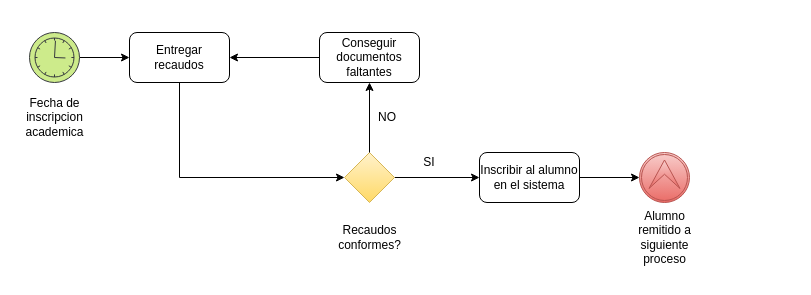
Before: BPMN/Eventos/eventofinescalable.drawio in IbarraZ11/Ing_Soft_2, a draw.io diagram. Source tidied: cells renumbered, new cells numbered last; positions are measured from the earlier drawing's top-left corner, leaving out a move shared by most shapes. Both pictures are drawn from the tidied source at 100%, with x=0, y=0 at pixel (17, 32).
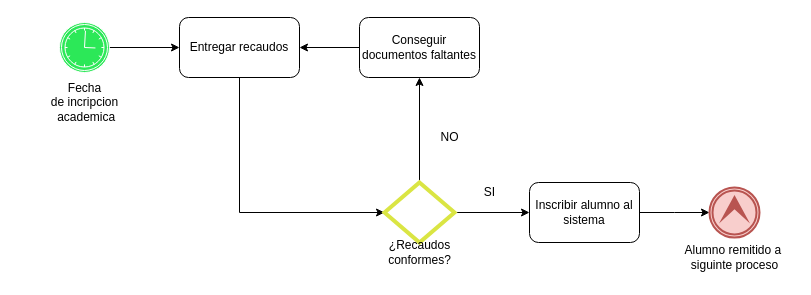
The same diagram, later.

Change to the diagram source:
```diff
@@
-    <mxCell id="2" style="edgeStyle=orthogonalEdgeStyle;rounded=0;jettySize=auto;html=1;entryX=0;entryY=0.5;entryDx=0;entryDy=0;" parent="1" edge="1" source="3" target="5">
-      <mxGeometry relative="1" as="geometry" />
-    </mxCell>
-    <mxCell id="3" style="points=[[0.145,0.145,0],[0.5,0,0],[0.855,0.145,0],[1,0.5,0],[0.855,0.855,0],[0.5,1,0],[0.145,0.855,0],[0,0.5,0]];shape=mxgraph.bpmn.event;html=1;verticalLabelPosition=bottom;labelBackgroundColor=#ffffff;verticalAlign=top;align=center;perimeter=ellipsePerimeter;outlineConnect=0;outline=standard;symbol=timer;fillColor=#cdeb8b;strokeColor=#36393d;" parent="1" vertex="1">
-      <mxGeometry x="12" width="50" height="50" as="geometry" />
-    </mxCell>
-    <mxCell id="4" style="edgeStyle=orthogonalEdgeStyle;rounded=0;jettySize=auto;html=1;entryX=0;entryY=0.5;entryDx=0;entryDy=0;" parent="1" edge="1" source="5" target="9">
-      <mxGeometry relative="1" as="geometry">
-        <Array as="points">
-          <mxPoint x="162" y="145" />
-        </Array>
-      </mxGeometry>
-    </mxCell>
+    <mxCell id="19" style="edgeStyle=orthogonalEdgeStyle;rounded=0;jettySize=auto;html=1;entryX=0;entryY=0.5;entryDx=0;entryDy=0;" parent="1" edge="1" source="20" target="5">
+      <mxGeometry relative="1" as="geometry" />
+    </mxCell>
+    <mxCell id="20" style="points=[[0.145,0.145,0],[0.5,0,0],[0.855,0.145,0],[1,0.5,0],[0.855,0.855,0],[0.5,1,0],[0.145,0.855,0],[0,0.5,0]];shape=mxgraph.bpmn.event;html=1;verticalLabelPosition=bottom;labelBackgroundColor=#ffffff;verticalAlign=top;align=center;perimeter=ellipsePerimeter;outlineConnect=0;outline=catching;symbol=timer;fillColor=#2CE858;strokeColor=#ffffff;" parent="1" vertex="1">
+      <mxGeometry x="42" y="-10" width="50" height="50" as="geometry" />
+    </mxCell>
+    <mxCell id="21" style="edgeStyle=orthogonalEdgeStyle;rounded=0;jettySize=auto;html=1;exitX=0.5;exitY=1;exitDx=0;exitDy=0;entryX=0;entryY=0.5;entryDx=0;entryDy=0;" parent="1" edge="1" source="5" target="24">
+      <mxGeometry relative="1" as="geometry" />
+    </mxCell>
     <mxCell id="5" value="Entregar recaudos" style="rounded=1;whiteSpace=wrap;html=1;" parent="1" vertex="1">
-      <mxGeometry x="112" width="100" height="50" as="geometry" />
+      <mxGeometry x="162" y="-15" width="120" height="60" as="geometry" />
     </mxCell>
-    <mxCell id="6" style="edgeStyle=orthogonalEdgeStyle;rounded=0;jettySize=auto;html=1;" parent="1" edge="1" source="7" target="5">
+    <mxCell id="6" style="edgeStyle=orthogonalEdgeStyle;rounded=0;jettySize=auto;html=1;exitX=0;exitY=0.5;exitDx=0;exitDy=0;entryX=1;entryY=0.5;entryDx=0;entryDy=0;" parent="1" edge="1" source="7" target="5">
       <mxGeometry relative="1" as="geometry" />
     </mxCell>
-    <mxCell id="7" value="Conseguir documentos faltantes&lt;br&gt;" style="rounded=1;whiteSpace=wrap;html=1;" parent="1" vertex="1">
-      <mxGeometry x="302" width="100" height="50" as="geometry" />
+    <mxCell id="7" value="Conseguir documentos faltantes" style="rounded=1;whiteSpace=wrap;html=1;" parent="1" vertex="1">
+      <mxGeometry x="342" y="-15" width="120" height="60" as="geometry" />
     </mxCell>
-    <mxCell id="8" style="edgeStyle=orthogonalEdgeStyle;rounded=0;jettySize=auto;html=1;entryX=0;entryY=0.5;entryDx=0;entryDy=0;" parent="1" edge="1" source="9" target="12">
-      <mxGeometry relative="1" as="geometry" />
-    </mxCell>
-    <mxCell id="9" style="rhombus;whiteSpace=wrap;html=1;gradientColor=#ffd966;fillColor=#fff2cc;strokeColor=#d6b656;" parent="1" vertex="1">
-      <mxGeometry x="327" y="120" width="50" height="50" as="geometry" />
-    </mxCell>
-    <mxCell id="10" style="endArrow=classic;html=1;entryX=0.5;entryY=1;entryDx=0;entryDy=0;" parent="1" edge="1" target="7">
-      <mxGeometry relative="1" as="geometry">
-        <mxPoint x="352" y="120" as="sourcePoint" />
-      </mxGeometry>
-    </mxCell>
-    <mxCell id="11" style="edgeStyle=orthogonalEdgeStyle;rounded=0;jettySize=auto;html=1;entryX=0;entryY=0.5;entryDx=0;entryDy=0;entryPerimeter=0;" parent="1" edge="1" source="12" target="13">
-      <mxGeometry relative="1" as="geometry" />
-    </mxCell>
-    <mxCell id="12" value="Inscribir al alumno en el sistema&lt;br&gt;" style="rounded=1;whiteSpace=wrap;html=1;" parent="1" vertex="1">
-      <mxGeometry x="462" y="120" width="100" height="50" as="geometry" />
-    </mxCell>
-    <mxCell id="13" style="points=[[0.145,0.145,0],[0.5,0,0],[0.855,0.145,0],[1,0.5,0],[0.855,0.855,0],[0.5,1,0],[0.145,0.855,0],[0,0.5,0]];shape=mxgraph.bpmn.event;html=1;verticalLabelPosition=bottom;labelBackgroundColor=#ffffff;verticalAlign=top;align=center;perimeter=ellipsePerimeter;outlineConnect=0;outline=boundInt;symbol=escalation;gradientColor=#ea6b66;fillColor=#f8cecc;strokeColor=#b85450;" parent="1" vertex="1">
-      <mxGeometry x="622" y="120" width="50" height="50" as="geometry" />
-    </mxCell>
-    <mxCell id="14" value="Fecha de inscripcion academica" style="text;html=1;strokeColor=none;fillColor=none;align=center;verticalAlign=middle;whiteSpace=wrap;rounded=0;" parent="1" vertex="1">
-      <mxGeometry x="-0.5" y="50" width="75" height="70" as="geometry" />
-    </mxCell>
-    <mxCell id="15" value="Alumno remitido a siguiente proceso" style="text;html=1;strokeColor=none;fillColor=none;align=center;verticalAlign=middle;whiteSpace=wrap;rounded=0;" parent="1" vertex="1">
-      <mxGeometry x="609.5" y="170" width="75" height="70" as="geometry" />
-    </mxCell>
-    <mxCell id="16" value="Recaudos conformes?" style="text;html=1;strokeColor=none;fillColor=none;align=center;verticalAlign=middle;whiteSpace=wrap;rounded=0;" parent="1" vertex="1">
-      <mxGeometry x="314.5" y="170" width="75" height="70" as="geometry" />
-    </mxCell>
+    <mxCell id="22" style="edgeStyle=orthogonalEdgeStyle;rounded=0;jettySize=auto;html=1;exitX=0.5;exitY=0;exitDx=0;exitDy=0;entryX=0.5;entryY=1;entryDx=0;entryDy=0;" parent="1" edge="1" source="24" target="7">
+      <mxGeometry relative="1" as="geometry" />
+    </mxCell>
+    <mxCell id="23" style="edgeStyle=orthogonalEdgeStyle;rounded=0;jettySize=auto;html=1;exitX=1;exitY=0.5;exitDx=0;exitDy=0;entryX=0;entryY=0.5;entryDx=0;entryDy=0;" parent="1" edge="1" source="24" target="26">
+      <mxGeometry relative="1" as="geometry" />
+    </mxCell>
+    <mxCell id="24" style="rhombus;whiteSpace=wrap;html=1;strokeColor=#dae543;strokeWidth=4;" parent="1" vertex="1">
+      <mxGeometry x="367" y="150" width="70" height="60" as="geometry" />
+    </mxCell>
+    <mxCell id="25" style="edgeStyle=orthogonalEdgeStyle;rounded=0;jettySize=auto;html=1;entryX=0;entryY=0.5;entryDx=0;entryDy=0;" parent="1" edge="1" source="26">
+      <mxGeometry relative="1" as="geometry">
+        <mxPoint x="692" y="180" as="targetPoint" />
+      </mxGeometry>
+    </mxCell>
+    <mxCell id="26" value="Inscribir alumno al sistema" style="rounded=1;whiteSpace=wrap;html=1;" parent="1" vertex="1">
+      <mxGeometry x="512" y="150" width="110" height="60" as="geometry" />
+    </mxCell>
-    <mxCell id="17" value="NO" style="text;html=1;strokeColor=none;fillColor=none;align=center;verticalAlign=middle;whiteSpace=wrap;rounded=0;" parent="1" vertex="1">
-      <mxGeometry x="349.5" y="75" width="40" height="20" as="geometry" />
+    <mxCell id="17" value="NO" style="text;html=1;align=center;verticalAlign=middle;strokeColor=none;fillColor=none;" parent="1" vertex="1">
+      <mxGeometry x="412" y="90" width="40" height="30" as="geometry" />
     </mxCell>
-    <mxCell id="18" value="SI" style="text;html=1;strokeColor=none;fillColor=none;align=center;verticalAlign=middle;whiteSpace=wrap;rounded=0;" parent="1" vertex="1">
-      <mxGeometry x="392" y="120" width="40" height="20" as="geometry" />
+    <mxCell id="18" value="SI" style="text;html=1;align=center;verticalAlign=middle;strokeColor=none;fillColor=none;" parent="1" vertex="1">
+      <mxGeometry x="457" y="145" width="30" height="30" as="geometry" />
     </mxCell>
+    <mxCell id="27" value="Alumno remitido a&amp;nbsp;&lt;br&gt;siguinte proceso" style="text;html=1;align=center;verticalAlign=middle;strokeColor=none;fillColor=none;" parent="1" vertex="1">
+      <mxGeometry x="657" y="205" width="120" height="40" as="geometry" />
+    </mxCell>
+    <mxCell id="28" value="¿Recaudos &lt;br&gt;conformes?" style="text;html=1;align=center;verticalAlign=middle;strokeColor=none;fillColor=none;" parent="1" vertex="1">
+      <mxGeometry x="357" y="200" width="90" height="40" as="geometry" />
+    </mxCell>
+    <mxCell id="29" value="Fecha &lt;br&gt;de incripcion&lt;br&gt;&amp;nbsp;academica" style="text;html=1;align=center;verticalAlign=middle;strokeColor=none;fillColor=none;" parent="1" vertex="1">
+      <mxGeometry x="22" y="40" width="90" height="60" as="geometry" />
+    </mxCell>
+    <mxCell id="30" style="shape=mxgraph.bpmn.event;html=1;verticalLabelPosition=bottom;labelBackgroundColor=#ffffff;verticalAlign=top;align=center;perimeter=ellipsePerimeter;outline=throwing;symbol=escalation;strokeColor=#b85450;strokeWidth=2;fillColor=#f8cecc;" parent="1" vertex="1">
+      <mxGeometry x="692" y="155" width="50" height="50" as="geometry" />
+    </mxCell>
```
